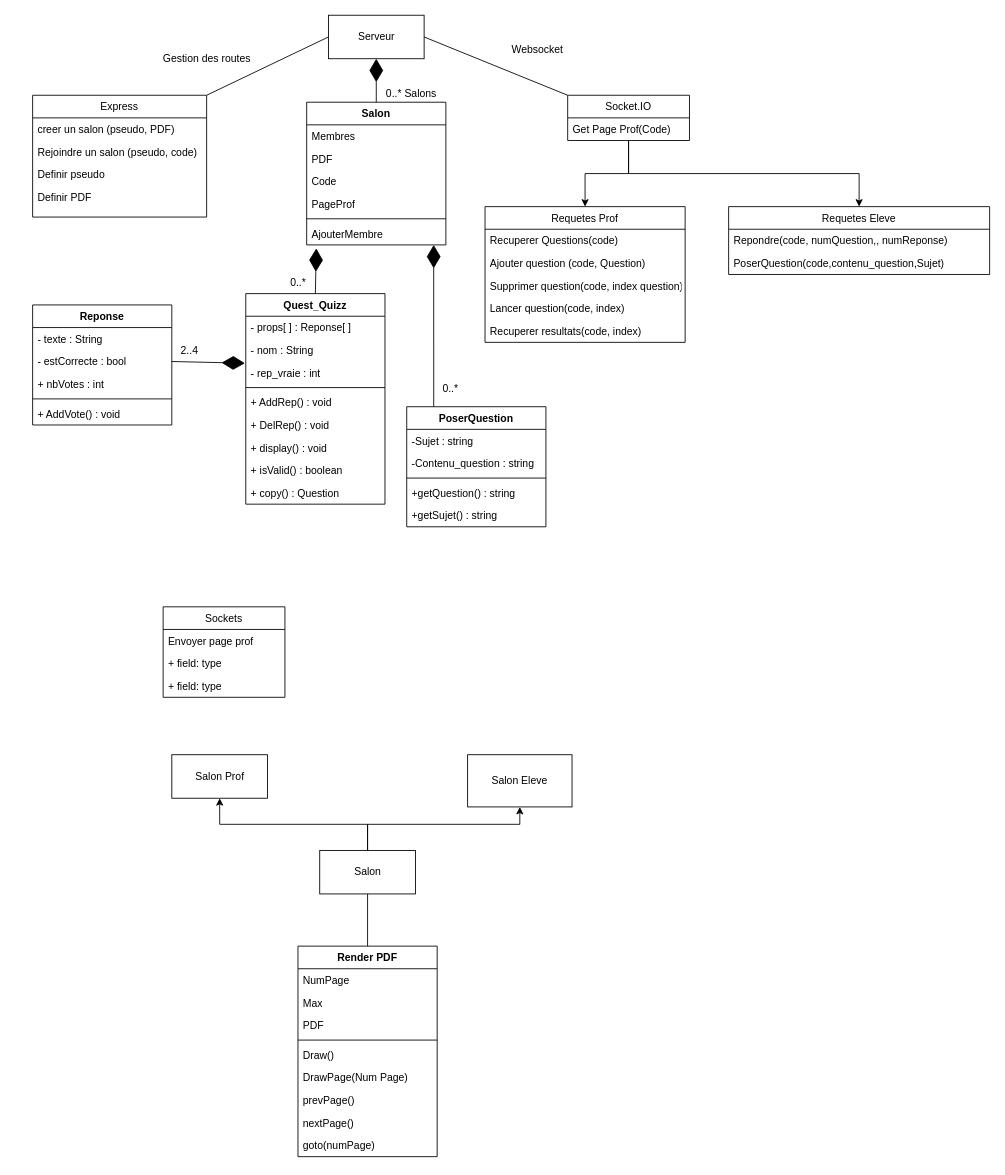
The draw.io diagram docs/diagram_de_classe.drawio in ProbablyClem/ShareMyPDF, before the edit. Source tidied: cells renumbered, new cells numbered last; positions are measured from the earlier drawing's top-left corner, leaving out a move shared by most shapes. Both pictures are drawn from the tidied source at 87%, with x=0, y=0 at pixel (32, 15).
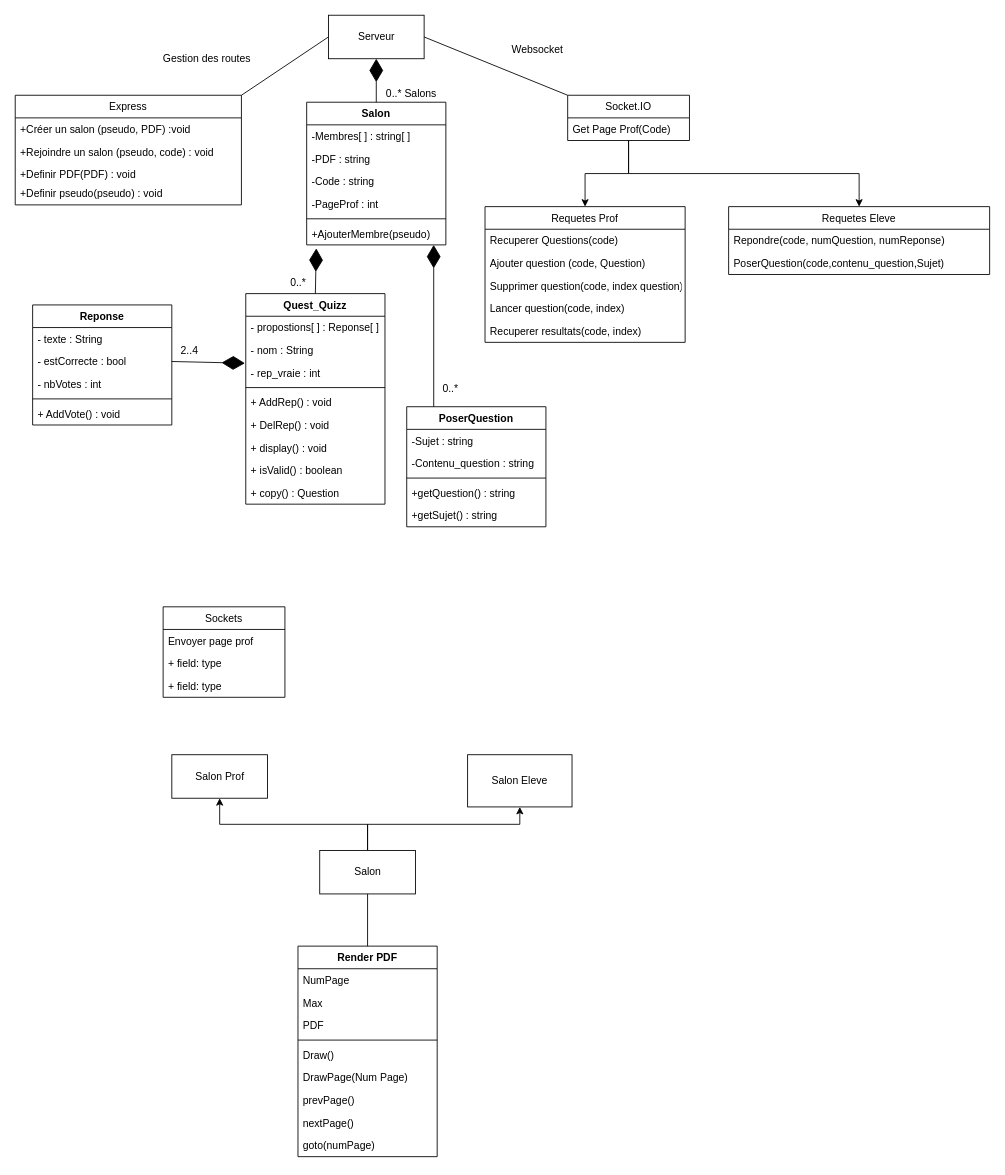
The same page after the edit.

Commit message (it also covers changes not shown here):
diagramme de classe

The change refers to these unchanged cells:
```xml
<mxCell id="10" value="Salon" style="swimlane;fontStyle=1;align=center;verticalAlign=top;horizontal=1;startSize=26;" parent="1" vertex="1">
  <mxGeometry x="315" y="100" width="160" height="164" as="geometry" />
</mxCell>
<mxCell id="23" value="Quest_Quizz" style="swimlane;fontStyle=1;align=center;verticalAlign=top;horizontal=1;startSize=26;" parent="1" vertex="1">
  <mxGeometry x="245" y="320" width="160" height="242" as="geometry" />
</mxCell>
<mxCell id="33" value="Reponse" style="swimlane;fontStyle=1;align=center;verticalAlign=top;horizontal=1;startSize=26;" parent="1" vertex="1">
  <mxGeometry y="333" width="160" height="138" as="geometry" />
</mxCell>
<mxCell id="45" value="Requetes Eleve" style="swimlane;fontStyle=0;horizontal=1;startSize=26;fillColor=none;verticalAlign=middle;" parent="1" vertex="1">
  <mxGeometry x="800" y="220" width="300" height="78" as="geometry" />
</mxCell>
```

Diff of the diagram source:
```diff
@@
     <mxCell id="5" value="Express" style="swimlane;fontStyle=0;horizontal=1;startSize=26;fillColor=none;" parent="1" vertex="1">
-      <mxGeometry y="92" width="200" height="140" as="geometry" />
+      <mxGeometry x="-20" y="92" width="260" height="126" as="geometry" />
     </mxCell>
-    <mxCell id="6" value="creer un salon (pseudo, PDF)" style="text;strokeColor=none;fillColor=none;align=left;verticalAlign=top;spacingLeft=4;spacingRight=4;overflow=hidden;" parent="5" vertex="1">
-      <mxGeometry y="26" width="200" height="26" as="geometry" />
+    <mxCell id="6" value="+Créer un salon (pseudo, PDF) :void" style="text;strokeColor=none;fillColor=none;align=left;verticalAlign=top;spacingLeft=4;spacingRight=4;overflow=hidden;" parent="5" vertex="1">
+      <mxGeometry y="26" width="260" height="26" as="geometry" />
     </mxCell>
-    <mxCell id="7" value="Rejoindre un salon (pseudo, code)" style="text;strokeColor=none;fillColor=none;align=left;verticalAlign=top;spacingLeft=4;spacingRight=4;overflow=hidden;" parent="5" vertex="1">
-      <mxGeometry y="52" width="200" height="26" as="geometry" />
+    <mxCell id="7" value="+Rejoindre un salon (pseudo, code) : void" style="text;strokeColor=none;fillColor=none;align=left;verticalAlign=top;spacingLeft=4;spacingRight=4;overflow=hidden;" parent="5" vertex="1">
+      <mxGeometry y="52" width="260" height="26" as="geometry" />
     </mxCell>
+    <mxCell id="9" value="+Definir PDF(PDF) : void " style="text;strokeColor=none;fillColor=none;align=left;verticalAlign=top;spacingLeft=4;spacingRight=4;overflow=hidden;" parent="5" vertex="1">
+      <mxGeometry y="78" width="260" height="22" as="geometry" />
+    </mxCell>
-    <mxCell id="8" value="Definir pseudo" style="text;strokeColor=none;fillColor=none;align=left;verticalAlign=top;spacingLeft=4;spacingRight=4;overflow=hidden;" parent="5" vertex="1">
-      <mxGeometry y="78" width="200" height="26" as="geometry" />
+    <mxCell id="8" value="+Definir pseudo(pseudo) : void" style="text;strokeColor=none;fillColor=none;align=left;verticalAlign=top;spacingLeft=4;spacingRight=4;overflow=hidden;" parent="5" vertex="1">
+      <mxGeometry y="100" width="260" height="26" as="geometry" />
     </mxCell>
-    <mxCell id="9" value="Definir PDF" style="text;strokeColor=none;fillColor=none;align=left;verticalAlign=top;spacingLeft=4;spacingRight=4;overflow=hidden;" parent="5" vertex="1">
-      <mxGeometry y="104" width="200" height="36" as="geometry" />
-    </mxCell>
@@
-    <mxCell id="11" value="Membres" style="text;strokeColor=none;fillColor=none;align=left;verticalAlign=top;spacingLeft=4;spacingRight=4;overflow=hidden;" parent="10" vertex="1">
+    <mxCell id="11" value="-Membres[ ] : string[ ]" style="text;strokeColor=none;fillColor=none;align=left;verticalAlign=top;spacingLeft=4;spacingRight=4;overflow=hidden;" parent="10" vertex="1">
       <mxGeometry y="26" width="160" height="26" as="geometry" />
     </mxCell>
-    <mxCell id="12" value="PDF" style="text;strokeColor=none;fillColor=none;align=left;verticalAlign=top;spacingLeft=4;spacingRight=4;overflow=hidden;" parent="10" vertex="1">
+    <mxCell id="12" value="-PDF : string" style="text;strokeColor=none;fillColor=none;align=left;verticalAlign=top;spacingLeft=4;spacingRight=4;overflow=hidden;" parent="10" vertex="1">
       <mxGeometry y="52" width="160" height="26" as="geometry" />
     </mxCell>
-    <mxCell id="13" value="Code" style="text;strokeColor=none;fillColor=none;align=left;verticalAlign=top;spacingLeft=4;spacingRight=4;overflow=hidden;" parent="10" vertex="1">
+    <mxCell id="13" value="-Code : string" style="text;strokeColor=none;fillColor=none;align=left;verticalAlign=top;spacingLeft=4;spacingRight=4;overflow=hidden;" parent="10" vertex="1">
       <mxGeometry y="78" width="160" height="26" as="geometry" />
     </mxCell>
-    <mxCell id="14" value="PageProf" style="text;strokeColor=none;fillColor=none;align=left;verticalAlign=top;spacingLeft=4;spacingRight=4;overflow=hidden;" parent="10" vertex="1">
+    <mxCell id="14" value="-PageProf : int" style="text;strokeColor=none;fillColor=none;align=left;verticalAlign=top;spacingLeft=4;spacingRight=4;overflow=hidden;" parent="10" vertex="1">
       <mxGeometry y="104" width="160" height="26" as="geometry" />
     </mxCell>
@@
-    <mxCell id="16" value="AjouterMembre" style="text;strokeColor=none;fillColor=none;align=left;verticalAlign=top;spacingLeft=4;spacingRight=4;overflow=hidden;points=[[0,0.5],[1,0.5]];portConstraint=eastwest;" parent="10" vertex="1">
+    <mxCell id="16" value="+AjouterMembre(pseudo)" style="text;strokeColor=none;fillColor=none;align=left;verticalAlign=top;spacingLeft=4;spacingRight=4;overflow=hidden;points=[[0,0.5],[1,0.5]];portConstraint=eastwest;" parent="10" vertex="1">
       <mxGeometry y="138" width="160" height="26" as="geometry" />
     </mxCell>
@@
-    <mxCell id="24" value="- props[ ] : Reponse[ ]" style="text;strokeColor=none;fillColor=none;align=left;verticalAlign=top;spacingLeft=4;spacingRight=4;overflow=hidden;" parent="23" vertex="1">
+    <mxCell id="24" value="- propostions[ ] : Reponse[ ]" style="text;strokeColor=none;fillColor=none;align=left;verticalAlign=top;spacingLeft=4;spacingRight=4;overflow=hidden;" parent="23" vertex="1">
       <mxGeometry y="26" width="160" height="26" as="geometry" />
     </mxCell>
@@
-    <mxCell id="36" value="+ nbVotes : int" style="text;strokeColor=none;fillColor=none;align=left;verticalAlign=top;spacingLeft=4;spacingRight=4;overflow=hidden;" parent="33" vertex="1">
+    <mxCell id="36" value="- nbVotes : int" style="text;strokeColor=none;fillColor=none;align=left;verticalAlign=top;spacingLeft=4;spacingRight=4;overflow=hidden;" parent="33" vertex="1">
       <mxGeometry y="78" width="160" height="26" as="geometry" />
     </mxCell>
@@
-    <mxCell id="46" value="Repondre(code, numQuestion,, numReponse)" style="text;strokeColor=none;fillColor=none;align=left;verticalAlign=top;spacingLeft=4;spacingRight=4;overflow=hidden;" parent="45" vertex="1">
+    <mxCell id="46" value="Repondre(code, numQuestion, numReponse)" style="text;strokeColor=none;fillColor=none;align=left;verticalAlign=top;spacingLeft=4;spacingRight=4;overflow=hidden;" parent="45" vertex="1">
       <mxGeometry y="26" width="300" height="26" as="geometry" />
     </mxCell>
```
